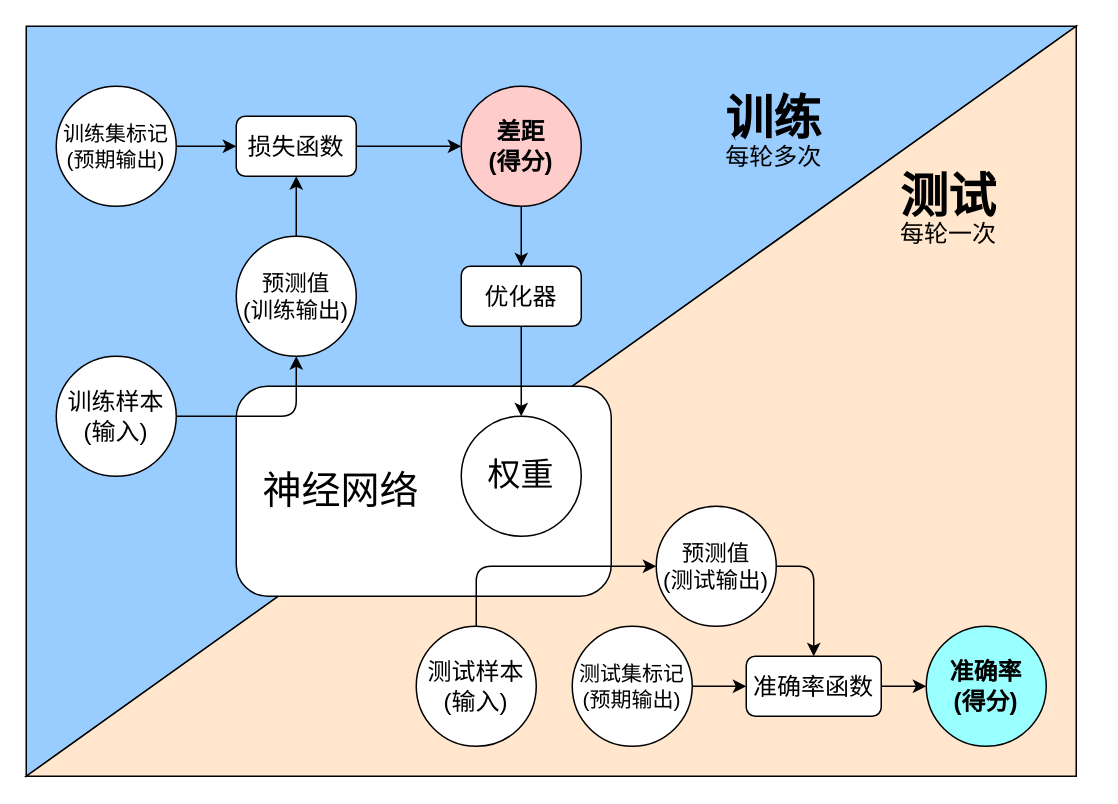
This is MachineLearning/diagram/training_process_cn.drawio from danteliujie/audioFrameWork, a draw.io file, before an edit. Source tidied: cells renumbered, new cells numbered last; positions are measured from the earlier drawing's top-left corner, leaving out a move shared by most shapes. Both pictures are drawn from the tidied source at 150%, with x=0, y=0 at pixel (26, 26).
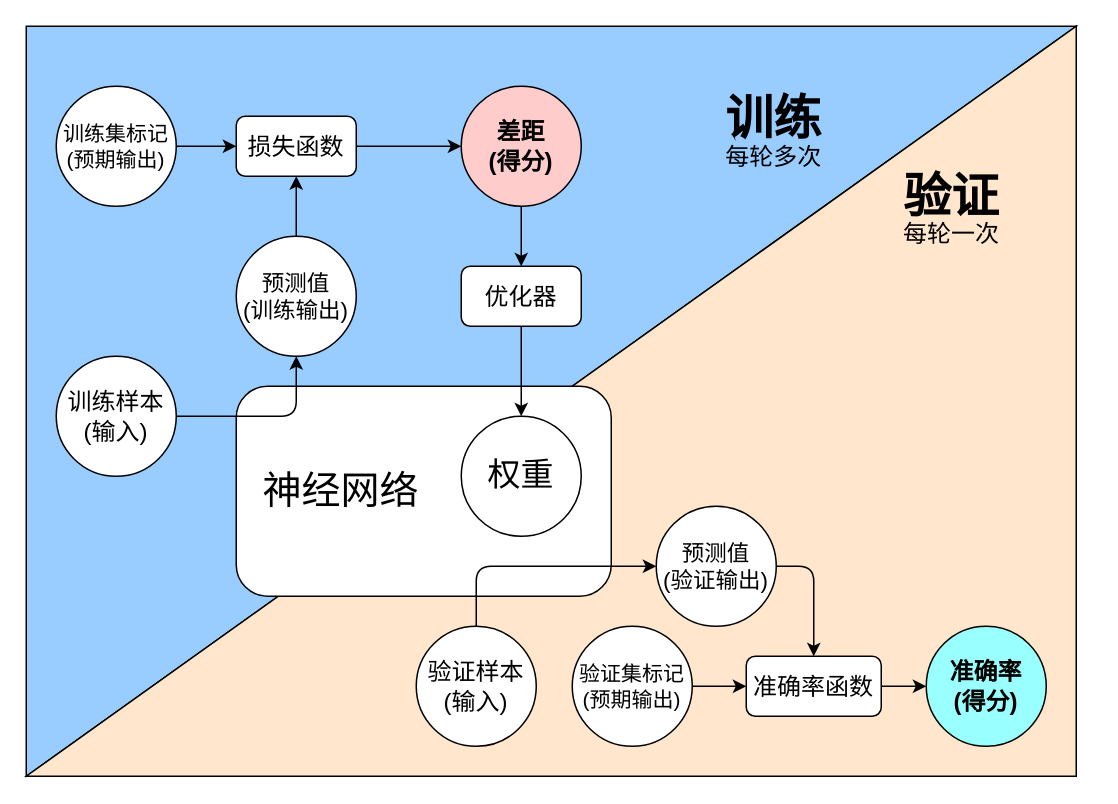
The same page after the edit.

What changed in the source:
```diff
@@
-    <mxCell id="15" value="测试样本&lt;br style=&quot;font-size: 16px;&quot;&gt;(输入)" style="ellipse;whiteSpace=wrap;html=1;fontSize=16;" parent="1" vertex="1">
+    <mxCell id="15" value="验证样本&lt;br style=&quot;font-size: 16px&quot;&gt;(输入)" style="ellipse;whiteSpace=wrap;html=1;fontSize=16;" parent="1" vertex="1">
       <mxGeometry x="260" y="400" width="80" height="80" as="geometry" />
     </mxCell>
@@
-    <mxCell id="17" value="测试集标记&lt;br style=&quot;font-size: 14px;&quot;&gt;(预期输出)" style="ellipse;whiteSpace=wrap;html=1;fontSize=14;" parent="1" vertex="1">
+    <mxCell id="17" value="验证集标记&lt;br style=&quot;font-size: 14px&quot;&gt;(预期输出)" style="ellipse;whiteSpace=wrap;html=1;fontSize=14;" parent="1" vertex="1">
       <mxGeometry x="364" y="400" width="80" height="80" as="geometry" />
     </mxCell>
@@
-    <mxCell id="19" value="预测值&lt;br style=&quot;font-size: 15px;&quot;&gt;(测试输出)" style="ellipse;whiteSpace=wrap;html=1;fontSize=15;" parent="1" vertex="1">
+    <mxCell id="19" value="预测值&lt;br style=&quot;font-size: 15px&quot;&gt;(验证输出)" style="ellipse;whiteSpace=wrap;html=1;fontSize=15;" parent="1" vertex="1">
       <mxGeometry x="420" y="320" width="80" height="80" as="geometry" />
     </mxCell>
@@
-    <mxCell id="30" value="&lt;h1 style=&quot;line-height: 20%&quot;&gt;测试&lt;/h1&gt;&lt;p style=&quot;line-height: 0%&quot;&gt;每轮一次&lt;/p&gt;" style="text;html=1;strokeColor=none;fillColor=none;spacing=5;spacingTop=-20;whiteSpace=wrap;overflow=hidden;rounded=0;fontSize=16;align=center;" parent="1" vertex="1">
-      <mxGeometry x="520" y="100" width="190" height="50" as="geometry" />
+    <mxCell id="30" value="&lt;h1 style=&quot;line-height: 20%&quot;&gt;验证&lt;/h1&gt;&lt;p style=&quot;line-height: 0%&quot;&gt;每轮一次&lt;/p&gt;" style="text;html=1;strokeColor=none;fillColor=none;spacing=5;spacingTop=-20;whiteSpace=wrap;overflow=hidden;rounded=0;fontSize=16;align=center;" parent="1" vertex="1">
+      <mxGeometry x="577" y="100" width="80" height="50" as="geometry" />
     </mxCell>
```
